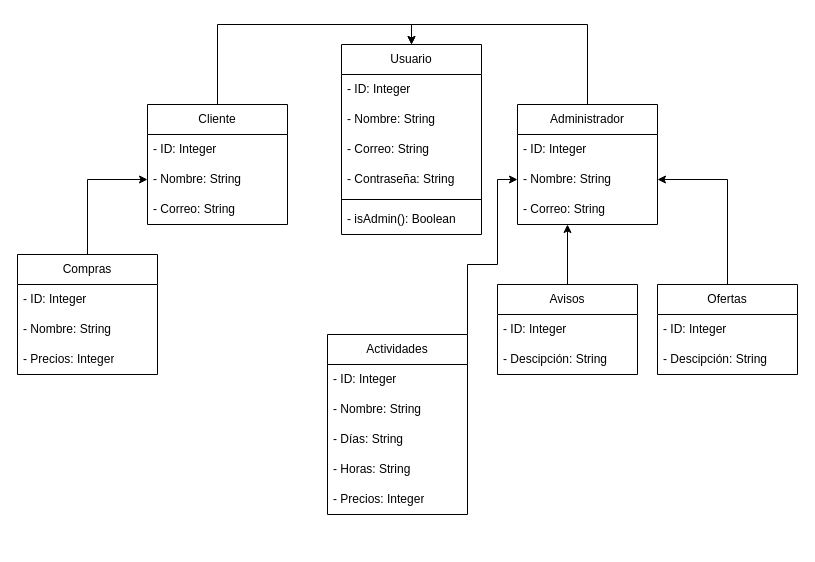
Earlier version of the draw.io diagram Diagrama_relacional_2.drawio (HuBaMarin/projDespliegue). Source tidied: cells renumbered, new cells numbered last; positions are measured from the earlier drawing's top-left corner, leaving out a move shared by most shapes. Both pictures are drawn from the tidied source at 100%, with x=0, y=0 at pixel (17, 44).
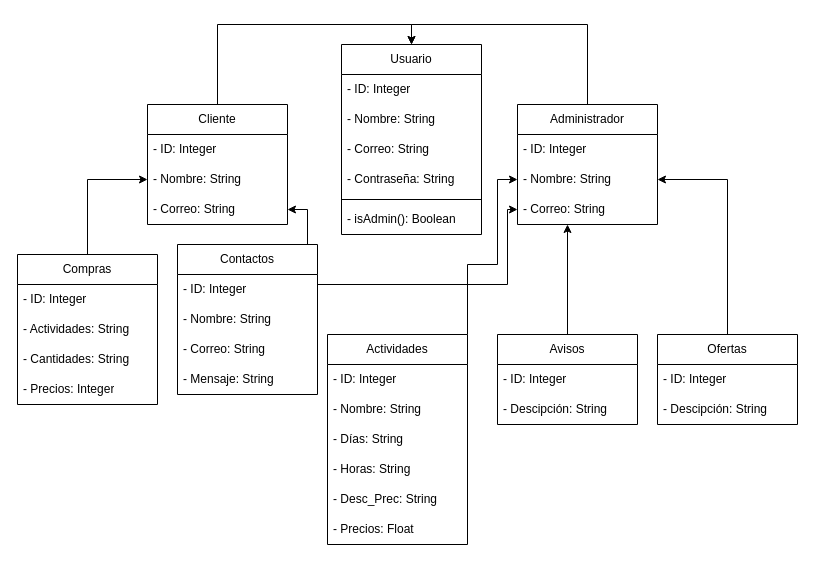
The same diagram, later.

Unchanged cells that the change refers to:
```xml
<mxCell id="6" value="- Correo: String" style="text;strokeColor=none;fillColor=none;align=left;verticalAlign=middle;spacingLeft=4;spacingRight=4;overflow=hidden;points=[[0,0.5],[1,0.5]];portConstraint=eastwest;whiteSpace=wrap;html=1;" parent="3" vertex="1">
  <mxGeometry y="90" width="140" height="30" as="geometry" />
</mxCell>
<mxCell id="23" value="- Correo: String" style="text;strokeColor=none;fillColor=none;align=left;verticalAlign=middle;spacingLeft=4;spacingRight=4;overflow=hidden;points=[[0,0.5],[1,0.5]];portConstraint=eastwest;whiteSpace=wrap;html=1;" parent="20" vertex="1">
  <mxGeometry y="90" width="140" height="30" as="geometry" />
</mxCell>
```

The edit, as a diff of the source:
```diff
@@
     <mxCell id="15" value="Compras" style="swimlane;fontStyle=0;horizontal=1;startSize=30;whiteSpace=wrap;html=1;" parent="1" vertex="1">
-      <mxGeometry y="210" width="140" height="120" as="geometry" />
+      <mxGeometry y="210" width="140" height="150" as="geometry" />
     </mxCell>
@@
+    <mxCell id="39" value="- Actividades: String" style="text;strokeColor=none;fillColor=none;align=left;verticalAlign=middle;spacingLeft=4;spacingRight=4;overflow=hidden;whiteSpace=wrap;html=1;" parent="15" vertex="1">
+      <mxGeometry y="60" width="140" height="30" as="geometry" />
+    </mxCell>
-    <mxCell id="17" value="- Nombre: String" style="text;strokeColor=none;fillColor=none;align=left;verticalAlign=middle;spacingLeft=4;spacingRight=4;overflow=hidden;whiteSpace=wrap;html=1;" parent="15" vertex="1">
-      <mxGeometry y="60" width="140" height="30" as="geometry" />
+    <mxCell id="17" value="- Cantidades: String" style="text;strokeColor=none;fillColor=none;align=left;verticalAlign=middle;spacingLeft=4;spacingRight=4;overflow=hidden;whiteSpace=wrap;html=1;" parent="15" vertex="1">
+      <mxGeometry y="90" width="140" height="30" as="geometry" />
     </mxCell>
     <mxCell id="18" value="- Precios: Integer" style="text;strokeColor=none;fillColor=none;align=left;verticalAlign=middle;spacingLeft=4;spacingRight=4;overflow=hidden;whiteSpace=wrap;html=1;" parent="15" vertex="1">
-      <mxGeometry y="90" width="140" height="30" as="geometry" />
+      <mxGeometry y="120" width="140" height="30" as="geometry" />
     </mxCell>
@@
     <mxCell id="25" value="Actividades" style="swimlane;fontStyle=0;horizontal=1;startSize=30;whiteSpace=wrap;html=1;" parent="1" vertex="1">
-      <mxGeometry x="310" y="290" width="140" height="180" as="geometry" />
+      <mxGeometry x="310" y="290" width="140" height="210" as="geometry" />
     </mxCell>
@@
+    <mxCell id="40" value="- Desc_Prec: String" style="text;strokeColor=none;fillColor=none;align=left;verticalAlign=middle;spacingLeft=4;spacingRight=4;overflow=hidden;whiteSpace=wrap;html=1;" parent="25" vertex="1">
+      <mxGeometry y="150" width="140" height="30" as="geometry" />
+    </mxCell>
-    <mxCell id="30" value="- Precios: Integer" style="text;strokeColor=none;fillColor=none;align=left;verticalAlign=middle;spacingLeft=4;spacingRight=4;overflow=hidden;whiteSpace=wrap;html=1;" parent="25" vertex="1">
-      <mxGeometry y="150" width="140" height="30" as="geometry" />
+    <mxCell id="30" value="- Precios: Float" style="text;strokeColor=none;fillColor=none;align=left;verticalAlign=middle;spacingLeft=4;spacingRight=4;overflow=hidden;whiteSpace=wrap;html=1;" parent="25" vertex="1">
+      <mxGeometry y="180" width="140" height="30" as="geometry" />
     </mxCell>
@@
     <mxCell id="32" value="Ofertas" style="swimlane;fontStyle=0;horizontal=1;startSize=30;whiteSpace=wrap;html=1;" parent="1" vertex="1">
-      <mxGeometry x="640" y="240" width="140" height="90" as="geometry" />
+      <mxGeometry x="640" y="290" width="140" height="90" as="geometry" />
     </mxCell>
@@
     <mxCell id="35" value="Avisos" style="swimlane;fontStyle=0;horizontal=1;startSize=30;whiteSpace=wrap;html=1;" parent="1" vertex="1">
-      <mxGeometry x="480" y="240" width="140" height="90" as="geometry" />
+      <mxGeometry x="480" y="290" width="140" height="90" as="geometry" />
     </mxCell>
@@
+    <mxCell id="41" style="edgeStyle=orthogonalEdgeStyle;rounded=0;jettySize=auto;html=1;entryX=0;entryY=0.5;entryDx=0;entryDy=0;exitX=1;exitY=0.5;exitDx=0;exitDy=0;" parent="1" edge="1" source="44" target="6">
+      <mxGeometry relative="1" as="geometry">
+        <Array as="points">
+          <mxPoint x="300" y="240" />
+          <mxPoint x="490" y="240" />
+          <mxPoint x="490" y="165" />
+        </Array>
+      </mxGeometry>
+    </mxCell>
+    <mxCell id="42" style="edgeStyle=orthogonalEdgeStyle;rounded=0;jettySize=auto;html=1;exitX=0.5;exitY=0;exitDx=0;exitDy=0;entryX=1;entryY=0.5;entryDx=0;entryDy=0;" parent="1" edge="1" source="43" target="23">
+      <mxGeometry relative="1" as="geometry">
+        <Array as="points">
+          <mxPoint x="290" y="200" />
+          <mxPoint x="290" y="165" />
+        </Array>
+      </mxGeometry>
+    </mxCell>
+    <mxCell id="43" value="Contactos" style="swimlane;fontStyle=0;horizontal=1;startSize=30;whiteSpace=wrap;html=1;" parent="1" vertex="1">
+      <mxGeometry x="160" y="200" width="140" height="150" as="geometry" />
+    </mxCell>
+    <mxCell id="44" value="- ID: Integer" style="text;strokeColor=none;fillColor=none;align=left;verticalAlign=middle;spacingLeft=4;spacingRight=4;overflow=hidden;points=[[0,0.5],[1,0.5]];portConstraint=eastwest;whiteSpace=wrap;html=1;" parent="43" vertex="1">
+      <mxGeometry y="30" width="140" height="30" as="geometry" />
+    </mxCell>
+    <mxCell id="45" value="- Nombre: String" style="text;strokeColor=none;fillColor=none;align=left;verticalAlign=middle;spacingLeft=4;spacingRight=4;overflow=hidden;whiteSpace=wrap;html=1;" parent="43" vertex="1">
+      <mxGeometry y="60" width="140" height="30" as="geometry" />
+    </mxCell>
+    <mxCell id="46" value="- Correo: String" style="text;strokeColor=none;fillColor=none;align=left;verticalAlign=middle;spacingLeft=4;spacingRight=4;overflow=hidden;whiteSpace=wrap;html=1;" parent="43" vertex="1">
+      <mxGeometry y="90" width="140" height="30" as="geometry" />
+    </mxCell>
+    <mxCell id="47" value="- Mensaje: String" style="text;strokeColor=none;fillColor=none;align=left;verticalAlign=middle;spacingLeft=4;spacingRight=4;overflow=hidden;whiteSpace=wrap;html=1;" parent="43" vertex="1">
+      <mxGeometry y="120" width="140" height="30" as="geometry" />
+    </mxCell>
```
